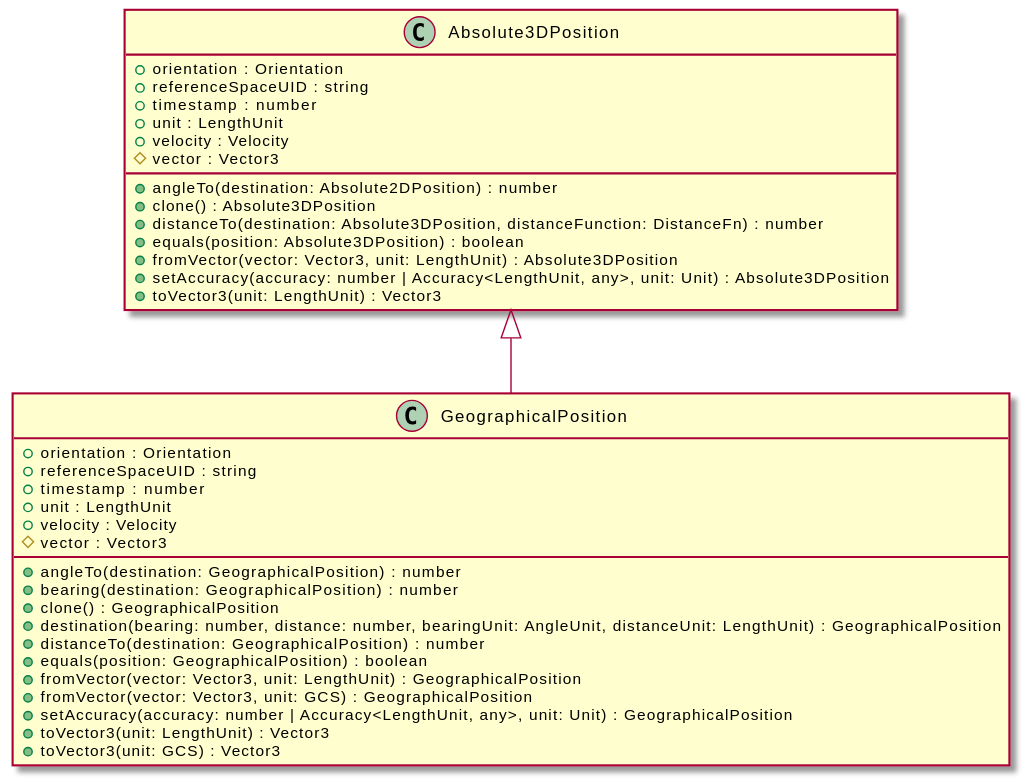
Earlier version of the PlantUML export assets/GeographicalPosition-umlClassDiagram-3507.svg (OpenHPS/openhps-core).
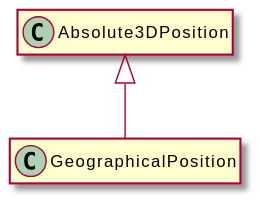
After the commit.

The edit, as a diff of the source:
```diff
@@ -3,38 +3,8 @@
 hide empty methods
 hide empty fields
 class "GeographicalPosition" {
-    +orientation : Orientation
-    +referenceSpaceUID : string
-    +timestamp : number
-    +unit : LengthUnit
-    +velocity : Velocity
-    #vector : Vector3
-    +angleTo(destination: GeographicalPosition) : number
-    +bearing(destination: GeographicalPosition) : number
-    +clone() : GeographicalPosition
-    +destination(bearing: number, distance: number, bearingUnit: AngleUnit, distanceUnit: LengthUnit) : GeographicalPosition
-    +distanceTo(destination: GeographicalPosition) : number
-    +equals(position: GeographicalPosition) : boolean
-    +fromVector(vector: Vector3, unit: LengthUnit) : GeographicalPosition
-    +fromVector(vector: Vector3, unit: GCS) : GeographicalPosition
-    +setAccuracy(accuracy: number | Accuracy<LengthUnit, any>, unit: Unit) : GeographicalPosition
-    +toVector3(unit: LengthUnit) : Vector3
-    +toVector3(unit: GCS) : Vector3
 }
 class "Absolute3DPosition" {
-    +orientation : Orientation
-    +referenceSpaceUID : string
-    +timestamp : number
-    +unit : LengthUnit
-    +velocity : Velocity
-    #vector : Vector3
-    +angleTo(destination: Absolute2DPosition) : number
-    +clone() : Absolute3DPosition
-    +distanceTo(destination: Absolute3DPosition, distanceFunction: DistanceFn) : number
-    +equals(position: Absolute3DPosition) : boolean
-    +fromVector(vector: Vector3, unit: LengthUnit) : Absolute3DPosition
-    +setAccuracy(accuracy: number | Accuracy<LengthUnit, any>, unit: Unit) : Absolute3DPosition
-    +toVector3(unit: LengthUnit) : Vector3
 }
 "Absolute3DPosition" <|-- "GeographicalPosition"
 @enduml
```
